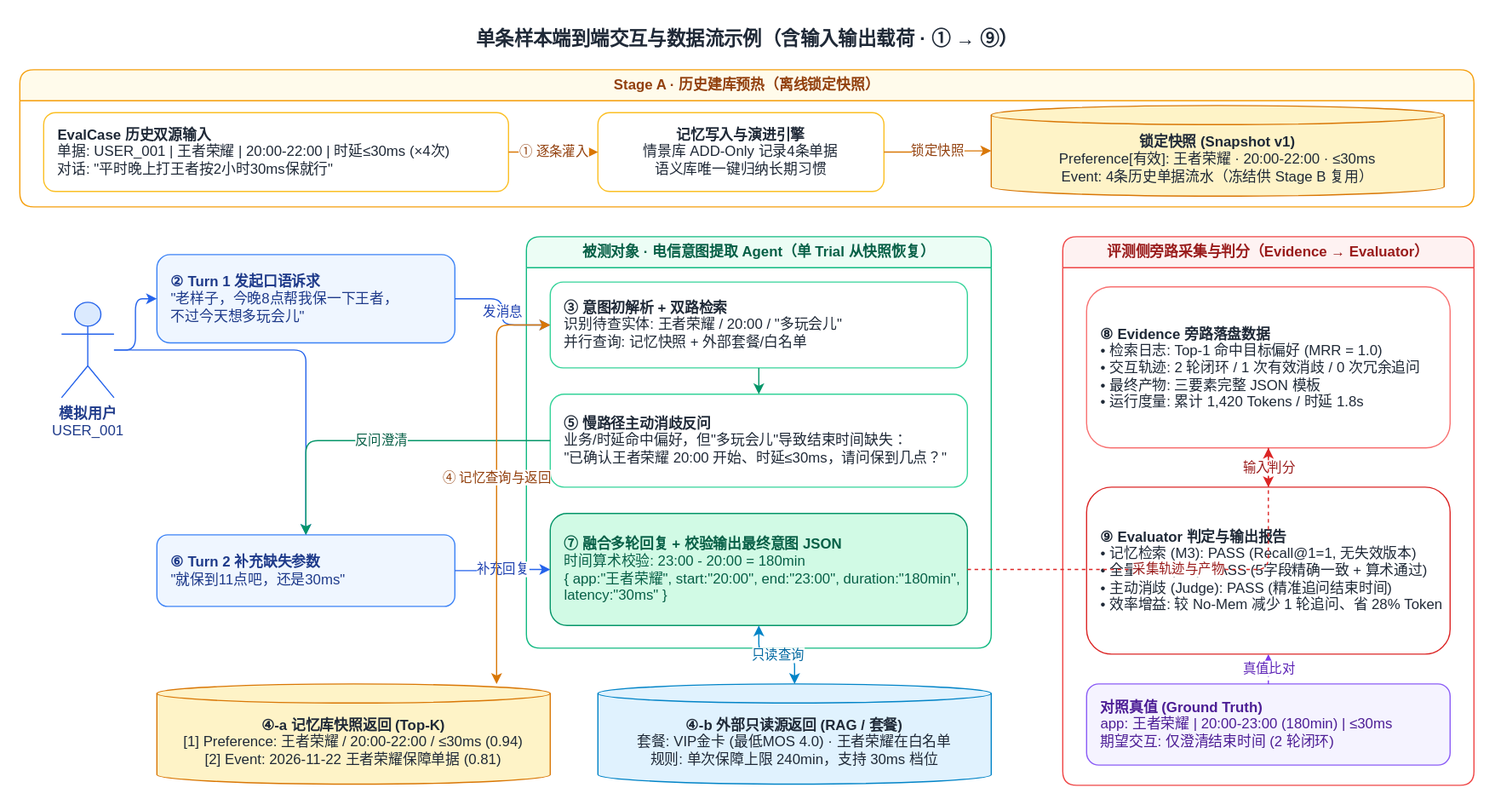
Above: slides/excalidraw_notes/drawio/eval_run_e2e_dataflow.drawio.svg in wangbanjin1/sharing (draw.io), before the change. Source tidied: cells renumbered, new cells last; positions are measured from the earlier drawing's top-left corner, leaving out a move shared by most shapes.
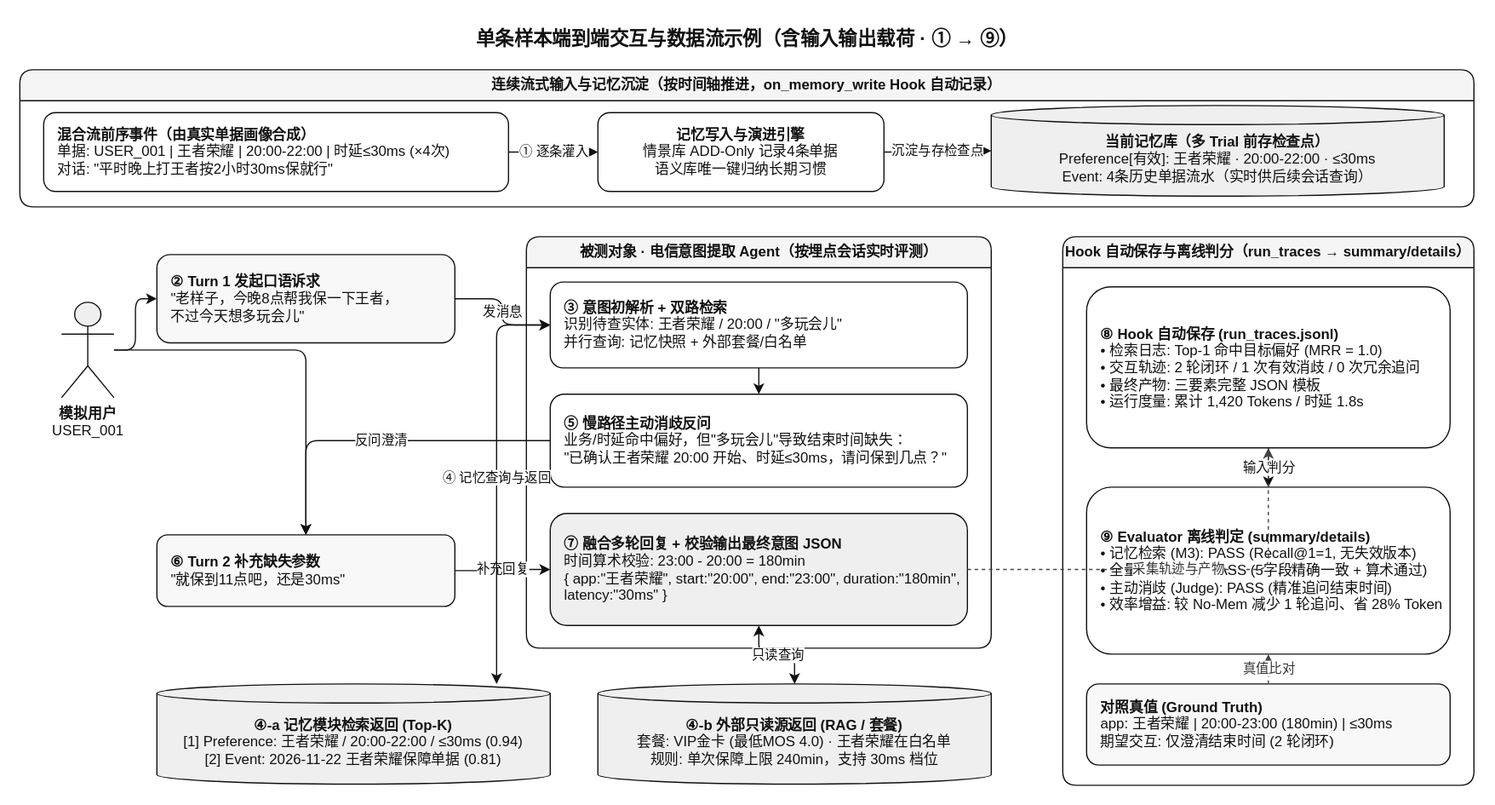
The same file after the commit.

Commit message:
docs(eval): align Eval Run modular design with 13-item eval matrix, Hook tracing, checkpoint pass@k/pass^k, and monochrome draw.io diagrams

Change to the diagram source:
```diff
@@ -2,91 +2,91 @@
   <root>
     <mxCell id="0" />
     <mxCell id="1" parent="0" />
-    <mxCell id="2" value="&lt;b&gt;单条样本端到端交互与数据流示例（含输入输出载荷 · ① → ⑨）&lt;/b&gt;" style="text;html=1;align=center;verticalAlign=middle;fontSize=16;fontColor=#1F2937;" parent="1" vertex="1">
+    <mxCell id="2" value="&lt;b&gt;单条样本端到端交互与数据流示例（含输入输出载荷 · ① → ⑨）&lt;/b&gt;" style="text;html=1;align=center;verticalAlign=middle;fontSize=16;fontColor=#111111;" parent="1" vertex="1">
       <mxGeometry x="250" width="720" height="32" as="geometry" />
     </mxCell>
-    <mxCell id="3" value="&lt;b&gt;Stage A · 历史建库预热（离线锁定快照）&lt;/b&gt;" style="swimlane;startSize=26;rounded=1;fillColor=#FFFBEB;strokeColor=#F59E0B;fontColor=#92400E;html=1;whiteSpace=wrap;" parent="1" vertex="1">
+    <mxCell id="3" value="&lt;b&gt;连续流式输入与记忆沉淀（按时间轴推进，on_memory_write Hook 自动记录）&lt;/b&gt;" style="swimlane;startSize=26;rounded=1;fillColor=#F5F5F5;strokeColor=#111111;fontColor=#111111;html=1;whiteSpace=wrap;" parent="1" vertex="1">
       <mxGeometry y="42" width="1220" height="115" as="geometry" />
     </mxCell>
-    <mxCell id="4" value="&lt;b&gt;EvalCase 历史双源输入&lt;/b&gt;&lt;br&gt;单据: USER_001 | 王者荣耀 | 20:00-22:00 | 时延≤30ms (×4次)&lt;br&gt;对话: &quot;平时晚上打王者按2小时30ms保就行&quot;" style="rounded=1;whiteSpace=wrap;html=1;align=left;spacingLeft=10;fillColor=#FFFFFF;strokeColor=#FBBF24;fontColor=#1F2937;" parent="3" vertex="1">
+    <mxCell id="4" value="&lt;b&gt;混合流前序事件（由真实单据画像合成）&lt;/b&gt;&lt;br&gt;单据: USER_001 | 王者荣耀 | 20:00-22:00 | 时延≤30ms (×4次)&lt;br&gt;对话: &quot;平时晚上打王者按2小时30ms保就行&quot;" style="rounded=1;whiteSpace=wrap;html=1;align=left;spacingLeft=10;fillColor=#FFFFFF;strokeColor=#111111;fontColor=#111111;" parent="3" vertex="1">
       <mxGeometry x="20" y="36" width="390" height="66" as="geometry" />
     </mxCell>
-    <mxCell id="5" value="&lt;b&gt;记忆写入与演进引擎&lt;/b&gt;&lt;br&gt;情景库 ADD-Only 记录4条单据&lt;br&gt;语义库唯一键归纳长期习惯" style="rounded=1;whiteSpace=wrap;html=1;fillColor=#FFFFFF;strokeColor=#FBBF24;fontColor=#1F2937;" parent="3" vertex="1">
+    <mxCell id="5" value="&lt;b&gt;记忆写入与演进引擎&lt;/b&gt;&lt;br&gt;情景库 ADD-Only 记录4条单据&lt;br&gt;语义库唯一键归纳长期习惯" style="rounded=1;whiteSpace=wrap;html=1;fillColor=#FFFFFF;strokeColor=#111111;fontColor=#111111;" parent="3" vertex="1">
       <mxGeometry x="485" y="36" width="240" height="66" as="geometry" />
     </mxCell>
-    <mxCell id="6" value="&lt;b&gt;锁定快照 (Snapshot v1)&lt;/b&gt;&lt;br&gt;Preference[有效]: 王者荣耀 · 20:00-22:00 · ≤30ms&lt;br&gt;Event: 4条历史单据流水（冻结供 Stage B 复用）" style="shape=cylinder3;whiteSpace=wrap;html=1;boundedLbl=1;backgroundOutline=1;size=8;fillColor=#FEF3C7;strokeColor=#D97706;fontColor=#1F2937;" parent="3" vertex="1">
+    <mxCell id="6" value="&lt;b&gt;当前记忆库（多 Trial 前存检查点）&lt;/b&gt;&lt;br&gt;Preference[有效]: 王者荣耀 · 20:00-22:00 · ≤30ms&lt;br&gt;Event: 4条历史单据流水（实时供后续会话查询）" style="shape=cylinder3;whiteSpace=wrap;html=1;boundedLbl=1;backgroundOutline=1;size=8;fillColor=#EFEFEF;strokeColor=#111111;fontColor=#111111;" parent="3" vertex="1">
       <mxGeometry x="815" y="30" width="380" height="76" as="geometry" />
     </mxCell>
-    <mxCell id="7" value="① 逐条灌入" style="edgeStyle=orthogonalEdgeStyle;rounded=1;html=1;strokeColor=#D97706;fontColor=#92400E;" parent="3" edge="1" source="4" target="5">
+    <mxCell id="7" value="① 逐条灌入" style="edgeStyle=orthogonalEdgeStyle;rounded=1;html=1;strokeColor=#111111;fontColor=#111111;" parent="3" edge="1" source="4" target="5">
       <mxGeometry relative="1" as="geometry" />
     </mxCell>
-    <mxCell id="8" value="锁定快照" style="edgeStyle=orthogonalEdgeStyle;rounded=1;html=1;strokeColor=#D97706;fontColor=#92400E;" parent="3" edge="1" source="5" target="6">
+    <mxCell id="8" value="沉淀与存检查点" style="edgeStyle=orthogonalEdgeStyle;rounded=1;html=1;strokeColor=#111111;fontColor=#111111;" parent="3" edge="1" source="5" target="6">
       <mxGeometry relative="1" as="geometry" />
     </mxCell>
-    <mxCell id="9" value="&lt;b&gt;模拟用户&lt;/b&gt;&lt;br&gt;USER_001" style="shape=umlActor;verticalLabelPosition=bottom;verticalAlign=top;html=1;outlineConnect=0;fillColor=#DBEAFE;strokeColor=#2563EB;fontColor=#1E3A8A;" parent="1" vertex="1">
+    <mxCell id="9" value="&lt;b&gt;模拟用户&lt;/b&gt;&lt;br&gt;USER_001" style="shape=umlActor;verticalLabelPosition=bottom;verticalAlign=top;html=1;outlineConnect=0;fillColor=#EFEFEF;strokeColor=#111111;fontColor=#111111;" parent="1" vertex="1">
       <mxGeometry x="35" y="237" width="44" height="80" as="geometry" />
     </mxCell>
-    <mxCell id="10" value="&lt;b&gt;② Turn 1 发起口语诉求&lt;/b&gt;&lt;br&gt;&quot;老样子，今晚8点帮我保一下王者，&lt;br&gt;不过今天想多玩会儿&quot;" style="rounded=1;whiteSpace=wrap;html=1;align=left;spacingLeft=10;fillColor=#EFF6FF;strokeColor=#3B82F6;fontColor=#1E3A8A;" parent="1" vertex="1">
+    <mxCell id="10" value="&lt;b&gt;② Turn 1 发起口语诉求&lt;/b&gt;&lt;br&gt;&quot;老样子，今晚8点帮我保一下王者，&lt;br&gt;不过今天想多玩会儿&quot;" style="rounded=1;whiteSpace=wrap;html=1;align=left;spacingLeft=10;fillColor=#F8F8F8;strokeColor=#111111;fontColor=#111111;" parent="1" vertex="1">
       <mxGeometry x="115" y="197" width="250" height="74" as="geometry" />
     </mxCell>
-    <mxCell id="11" value="&lt;b&gt;⑥ Turn 2 补充缺失参数&lt;/b&gt;&lt;br&gt;&quot;就保到11点吧，还是30ms&quot;" style="rounded=1;whiteSpace=wrap;html=1;align=left;spacingLeft=10;fillColor=#EFF6FF;strokeColor=#3B82F6;fontColor=#1E3A8A;" parent="1" vertex="1">
+    <mxCell id="11" value="&lt;b&gt;⑥ Turn 2 补充缺失参数&lt;/b&gt;&lt;br&gt;&quot;就保到11点吧，还是30ms&quot;" style="rounded=1;whiteSpace=wrap;html=1;align=left;spacingLeft=10;fillColor=#F8F8F8;strokeColor=#111111;fontColor=#111111;" parent="1" vertex="1">
       <mxGeometry x="115" y="432" width="250" height="60" as="geometry" />
     </mxCell>
-    <mxCell id="12" value="&lt;b&gt;被测对象 · 电信意图提取 Agent（单 Trial 从快照恢复）&lt;/b&gt;" style="swimlane;startSize=26;rounded=1;fillColor=#ECFDF5;strokeColor=#10B981;fontColor=#065F46;html=1;whiteSpace=wrap;" parent="1" vertex="1">
+    <mxCell id="12" value="&lt;b&gt;被测对象 · 电信意图提取 Agent（按埋点会话实时评测）&lt;/b&gt;" style="swimlane;startSize=26;rounded=1;fillColor=#F5F5F5;strokeColor=#111111;fontColor=#111111;html=1;whiteSpace=wrap;" parent="1" vertex="1">
       <mxGeometry x="425" y="182" width="390" height="345" as="geometry" />
     </mxCell>
-    <mxCell id="13" value="&lt;b&gt;③ 意图初解析 + 双路检索&lt;/b&gt;&lt;br&gt;识别待查实体: 王者荣耀 / 20:00 / &quot;多玩会儿&quot;&lt;br&gt;并行查询: 记忆快照 + 外部套餐/白名单" style="rounded=1;whiteSpace=wrap;html=1;align=left;spacingLeft=10;fillColor=#FFFFFF;strokeColor=#34D399;fontColor=#1F2937;" parent="12" vertex="1">
+    <mxCell id="13" value="&lt;b&gt;③ 意图初解析 + 双路检索&lt;/b&gt;&lt;br&gt;识别待查实体: 王者荣耀 / 20:00 / &quot;多玩会儿&quot;&lt;br&gt;并行查询: 记忆快照 + 外部套餐/白名单" style="rounded=1;whiteSpace=wrap;html=1;align=left;spacingLeft=10;fillColor=#FFFFFF;strokeColor=#111111;fontColor=#111111;" parent="12" vertex="1">
       <mxGeometry x="20" y="38" width="350" height="72" as="geometry" />
     </mxCell>
-    <mxCell id="14" value="&lt;b&gt;⑤ 慢路径主动消歧反问&lt;/b&gt;&lt;br&gt;业务/时延命中偏好，但&quot;多玩会儿&quot;导致结束时间缺失：&lt;br&gt;&quot;已确认王者荣耀 20:00 开始、时延≤30ms，请问保到几点？&quot;" style="rounded=1;whiteSpace=wrap;html=1;align=left;spacingLeft=10;fillColor=#FFFFFF;strokeColor=#34D399;fontColor=#1F2937;" parent="12" vertex="1">
+    <mxCell id="14" value="&lt;b&gt;⑤ 慢路径主动消歧反问&lt;/b&gt;&lt;br&gt;业务/时延命中偏好，但&quot;多玩会儿&quot;导致结束时间缺失：&lt;br&gt;&quot;已确认王者荣耀 20:00 开始、时延≤30ms，请问保到几点？&quot;" style="rounded=1;whiteSpace=wrap;html=1;align=left;spacingLeft=10;fillColor=#FFFFFF;strokeColor=#111111;fontColor=#111111;" parent="12" vertex="1">
       <mxGeometry x="20" y="132" width="350" height="78" as="geometry" />
     </mxCell>
-    <mxCell id="15" value="&lt;b&gt;⑦ 融合多轮回复 + 校验输出最终意图 JSON&lt;/b&gt;&lt;br&gt;时间算术校验: 23:00 - 20:00 = 180min&lt;br&gt;{ app:&quot;王者荣耀&quot;, start:&quot;20:00&quot;, end:&quot;23:00&quot;, duration:&quot;180min&quot;, latency:&quot;30ms&quot; }" style="rounded=1;whiteSpace=wrap;html=1;align=left;spacingLeft=10;fillColor=#D1FAE5;strokeColor=#059669;fontColor=#065F46;" parent="12" vertex="1">
+    <mxCell id="15" value="&lt;b&gt;⑦ 融合多轮回复 + 校验输出最终意图 JSON&lt;/b&gt;&lt;br&gt;时间算术校验: 23:00 - 20:00 = 180min&lt;br&gt;{ app:&quot;王者荣耀&quot;, start:&quot;20:00&quot;, end:&quot;23:00&quot;, duration:&quot;180min&quot;, latency:&quot;30ms&quot; }" style="rounded=1;whiteSpace=wrap;html=1;align=left;spacingLeft=10;fillColor=#EFEFEF;strokeColor=#111111;fontColor=#111111;" parent="12" vertex="1">
       <mxGeometry x="20" y="232" width="350" height="94" as="geometry" />
     </mxCell>
-    <mxCell id="16" style="edgeStyle=orthogonalEdgeStyle;rounded=1;html=1;strokeColor=#059669;" parent="12" edge="1" source="13" target="14">
+    <mxCell id="16" style="edgeStyle=orthogonalEdgeStyle;rounded=1;html=1;strokeColor=#111111;" parent="12" edge="1" source="13" target="14">
       <mxGeometry relative="1" as="geometry" />
     </mxCell>
-    <mxCell id="17" value="&lt;b&gt;④-a 记忆库快照返回 (Top-K)&lt;/b&gt;&lt;br&gt;[1] Preference: 王者荣耀 / 20:00-22:00 / ≤30ms (0.94)&lt;br&gt;[2] Event: 2026-11-22 王者荣耀保障单据 (0.81)" style="shape=cylinder3;whiteSpace=wrap;html=1;boundedLbl=1;backgroundOutline=1;size=8;fillColor=#FEF3C7;strokeColor=#D97706;fontColor=#1F2937;" parent="1" vertex="1">
+    <mxCell id="17" value="&lt;b&gt;④-a 记忆模块检索返回 (Top-K)&lt;/b&gt;&lt;br&gt;[1] Preference: 王者荣耀 / 20:00-22:00 / ≤30ms (0.94)&lt;br&gt;[2] Event: 2026-11-22 王者荣耀保障单据 (0.81)" style="shape=cylinder3;whiteSpace=wrap;html=1;boundedLbl=1;backgroundOutline=1;size=8;fillColor=#EFEFEF;strokeColor=#111111;fontColor=#111111;" parent="1" vertex="1">
       <mxGeometry x="115" y="557" width="330" height="84" as="geometry" />
     </mxCell>
-    <mxCell id="18" value="&lt;b&gt;④-b 外部只读源返回 (RAG / 套餐)&lt;/b&gt;&lt;br&gt;套餐: VIP金卡 (最低MOS 4.0) · 王者荣耀在白名单&lt;br&gt;规则: 单次保障上限 240min，支持 30ms 档位" style="shape=cylinder3;whiteSpace=wrap;html=1;boundedLbl=1;backgroundOutline=1;size=8;fillColor=#E0F2FE;strokeColor=#0284C7;fontColor=#1F2937;" parent="1" vertex="1">
+    <mxCell id="18" value="&lt;b&gt;④-b 外部只读源返回 (RAG / 套餐)&lt;/b&gt;&lt;br&gt;套餐: VIP金卡 (最低MOS 4.0) · 王者荣耀在白名单&lt;br&gt;规则: 单次保障上限 240min，支持 30ms 档位" style="shape=cylinder3;whiteSpace=wrap;html=1;boundedLbl=1;backgroundOutline=1;size=8;fillColor=#EFEFEF;strokeColor=#111111;fontColor=#111111;" parent="1" vertex="1">
       <mxGeometry x="485" y="557" width="330" height="84" as="geometry" />
     </mxCell>
-    <mxCell id="19" value="&lt;b&gt;评测侧旁路采集与判分（Evidence → Evaluator）&lt;/b&gt;" style="swimlane;startSize=26;rounded=1;fillColor=#FEF2F2;strokeColor=#EF4444;fontColor=#991B1B;html=1;whiteSpace=wrap;" parent="1" vertex="1">
+    <mxCell id="19" value="&lt;b&gt;Hook 自动保存与离线判分（run_traces → summary/details）&lt;/b&gt;" style="swimlane;startSize=26;rounded=1;fillColor=#F5F5F5;strokeColor=#111111;fontColor=#111111;html=1;whiteSpace=wrap;" parent="1" vertex="1">
       <mxGeometry x="875" y="182" width="345" height="460" as="geometry" />
     </mxCell>
-    <mxCell id="20" value="&lt;b&gt;⑧ Evidence 旁路落盘数据&lt;/b&gt;&lt;br&gt;• 检索日志: Top-1 命中目标偏好 (MRR = 1.0)&lt;br&gt;• 交互轨迹: 2 轮闭环 / 1 次有效消歧 / 0 次冗余追问&lt;br&gt;• 最终产物: 三要素完整 JSON 模板&lt;br&gt;• 运行度量: 累计 1,420 Tokens / 时延 1.8s" style="rounded=1;whiteSpace=wrap;html=1;align=left;spacingLeft=10;fillColor=#FFFFFF;strokeColor=#F87171;fontColor=#1F2937;" parent="19" vertex="1">
+    <mxCell id="20" value="&lt;b&gt;⑧ Hook 自动保存 (run_traces.jsonl)&lt;/b&gt;&lt;br&gt;• 检索日志: Top-1 命中目标偏好 (MRR = 1.0)&lt;br&gt;• 交互轨迹: 2 轮闭环 / 1 次有效消歧 / 0 次冗余追问&lt;br&gt;• 最终产物: 三要素完整 JSON 模板&lt;br&gt;• 运行度量: 累计 1,420 Tokens / 时延 1.8s" style="rounded=1;whiteSpace=wrap;html=1;align=left;spacingLeft=10;fillColor=#FFFFFF;strokeColor=#111111;fontColor=#111111;" parent="19" vertex="1">
       <mxGeometry x="20" y="42" width="305" height="135" as="geometry" />
     </mxCell>
-    <mxCell id="21" value="&lt;b&gt;⑨ Evaluator 判定与输出报告&lt;/b&gt;&lt;br&gt;• 记忆检索 (M3): PASS (Recall@1=1, 无失效版本)&lt;br&gt;• 全量匹配 (EM): PASS (5字段精确一致 + 算术通过)&lt;br&gt;• 主动消歧 (Judge): PASS (精准追问结束时间)&lt;br&gt;• 效率增益: 较 No-Mem 减少 1 轮追问、省 28% Token" style="rounded=1;whiteSpace=wrap;html=1;align=left;spacingLeft=10;fillColor=#FFFFFF;strokeColor=#DC2626;fontColor=#1F2937;" parent="19" vertex="1">
+    <mxCell id="21" value="&lt;b&gt;⑨ Evaluator 离线判定 (summary/details)&lt;/b&gt;&lt;br&gt;• 记忆检索 (M3): PASS (Recall@1=1, 无失效版本)&lt;br&gt;• 全量匹配 (EM): PASS (5字段精确一致 + 算术通过)&lt;br&gt;• 主动消歧 (Judge): PASS (精准追问结束时间)&lt;br&gt;• 效率增益: 较 No-Mem 减少 1 轮追问、省 28% Token" style="rounded=1;whiteSpace=wrap;html=1;align=left;spacingLeft=10;fillColor=#FFFFFF;strokeColor=#111111;fontColor=#111111;" parent="19" vertex="1">
       <mxGeometry x="20" y="210" width="305" height="140" as="geometry" />
     </mxCell>
-    <mxCell id="22" value="&lt;b&gt;对照真值 (Ground Truth)&lt;/b&gt;&lt;br&gt;app: 王者荣耀 | 20:00-23:00 (180min) | ≤30ms&lt;br&gt;期望交互: 仅澄清结束时间 (2 轮闭环)" style="rounded=1;whiteSpace=wrap;html=1;align=left;spacingLeft=10;fillColor=#F5F3FF;strokeColor=#8B5CF6;fontColor=#4C1D95;" parent="19" vertex="1">
+    <mxCell id="22" value="&lt;b&gt;对照真值 (Ground Truth)&lt;/b&gt;&lt;br&gt;app: 王者荣耀 | 20:00-23:00 (180min) | ≤30ms&lt;br&gt;期望交互: 仅澄清结束时间 (2 轮闭环)" style="rounded=1;whiteSpace=wrap;html=1;align=left;spacingLeft=10;fillColor=#F8F8F8;strokeColor=#111111;fontColor=#111111;" parent="19" vertex="1">
       <mxGeometry x="20" y="375" width="305" height="68" as="geometry" />
     </mxCell>
-    <mxCell id="23" value="输入判分" style="edgeStyle=orthogonalEdgeStyle;rounded=1;html=1;strokeColor=#DC2626;fontColor=#991B1B;" parent="19" edge="1" source="20" target="21">
+    <mxCell id="23" value="输入判分" style="edgeStyle=orthogonalEdgeStyle;rounded=1;html=1;strokeColor=#111111;fontColor=#111111;" parent="19" edge="1" source="20" target="21">
       <mxGeometry relative="1" as="geometry" />
     </mxCell>
-    <mxCell id="24" value="真值比对" style="edgeStyle=orthogonalEdgeStyle;rounded=1;html=1;dashed=1;strokeColor=#7C3AED;fontColor=#5B21B6;" parent="19" edge="1" source="22" target="21">
+    <mxCell id="24" value="真值比对" style="edgeStyle=orthogonalEdgeStyle;rounded=1;html=1;dashed=1;strokeColor=#444444;fontColor=#333333;" parent="19" edge="1" source="22" target="21">
       <mxGeometry relative="1" as="geometry" />
     </mxCell>
-    <mxCell id="25" style="edgeStyle=orthogonalEdgeStyle;rounded=1;html=1;strokeColor=#2563EB;" parent="1" edge="1" source="9" target="10">
+    <mxCell id="25" style="edgeStyle=orthogonalEdgeStyle;rounded=1;html=1;strokeColor=#111111;" parent="1" edge="1" source="9" target="10">
       <mxGeometry relative="1" as="geometry" />
     </mxCell>
-    <mxCell id="26" style="edgeStyle=orthogonalEdgeStyle;rounded=1;html=1;strokeColor=#2563EB;" parent="1" edge="1" source="9" target="11">
+    <mxCell id="26" style="edgeStyle=orthogonalEdgeStyle;rounded=1;html=1;strokeColor=#111111;" parent="1" edge="1" source="9" target="11">
       <mxGeometry relative="1" as="geometry" />
     </mxCell>
-    <mxCell id="27" value="发消息" style="edgeStyle=orthogonalEdgeStyle;rounded=1;html=1;strokeColor=#2563EB;fontColor=#1E40AF;" parent="1" edge="1" source="10" target="13">
+    <mxCell id="27" value="发消息" style="edgeStyle=orthogonalEdgeStyle;rounded=1;html=1;strokeColor=#111111;fontColor=#111111;" parent="1" edge="1" source="10" target="13">
       <mxGeometry relative="1" as="geometry" />
     </mxCell>
-    <mxCell id="28" value="反问澄清" style="edgeStyle=orthogonalEdgeStyle;rounded=1;html=1;strokeColor=#059669;fontColor=#065F46;" parent="1" edge="1" source="14" target="11">
+    <mxCell id="28" value="反问澄清" style="edgeStyle=orthogonalEdgeStyle;rounded=1;html=1;strokeColor=#111111;fontColor=#111111;" parent="1" edge="1" source="14" target="11">
       <mxGeometry relative="1" as="geometry" />
     </mxCell>
-    <mxCell id="29" value="补充回复" style="edgeStyle=orthogonalEdgeStyle;rounded=1;html=1;strokeColor=#2563EB;fontColor=#1E40AF;" parent="1" edge="1" source="11" target="15">
+    <mxCell id="29" value="补充回复" style="edgeStyle=orthogonalEdgeStyle;rounded=1;html=1;strokeColor=#111111;fontColor=#111111;" parent="1" edge="1" source="11" target="15">
       <mxGeometry relative="1" as="geometry" />
     </mxCell>
-    <mxCell id="30" value="④ 记忆查询与返回" style="edgeStyle=orthogonalEdgeStyle;rounded=1;html=1;strokeColor=#D97706;fontColor=#92400E;startArrow=classic;endArrow=classic;" parent="1" edge="1" source="13" target="17">
+    <mxCell id="30" value="④ 记忆查询与返回" style="edgeStyle=orthogonalEdgeStyle;rounded=1;html=1;strokeColor=#111111;fontColor=#111111;startArrow=classic;endArrow=classic;" parent="1" edge="1" source="13" target="17">
       <mxGeometry relative="1" as="geometry">
         <Array as="points">
           <mxPoint x="400" y="256" />
@@ -94,10 +94,10 @@
         </Array>
       </mxGeometry>
     </mxCell>
-    <mxCell id="31" value="只读查询" style="edgeStyle=orthogonalEdgeStyle;rounded=1;html=1;strokeColor=#0284C7;fontColor=#0369A1;startArrow=classic;endArrow=classic;" parent="1" edge="1" source="15" target="18">
+    <mxCell id="31" value="只读查询" style="edgeStyle=orthogonalEdgeStyle;rounded=1;html=1;strokeColor=#111111;fontColor=#111111;startArrow=classic;endArrow=classic;" parent="1" edge="1" source="15" target="18">
       <mxGeometry relative="1" as="geometry" />
     </mxCell>
-    <mxCell id="32" value="采集轨迹与产物" style="edgeStyle=orthogonalEdgeStyle;rounded=1;html=1;dashed=1;strokeColor=#DC2626;fontColor=#991B1B;" parent="1" edge="1" source="15" target="20">
+    <mxCell id="32" value="采集轨迹与产物" style="edgeStyle=orthogonalEdgeStyle;rounded=1;html=1;dashed=1;strokeColor=#444444;fontColor=#333333;" parent="1" edge="1" source="15" target="20">
       <mxGeometry relative="1" as="geometry" />
     </mxCell>
   </root>
```
